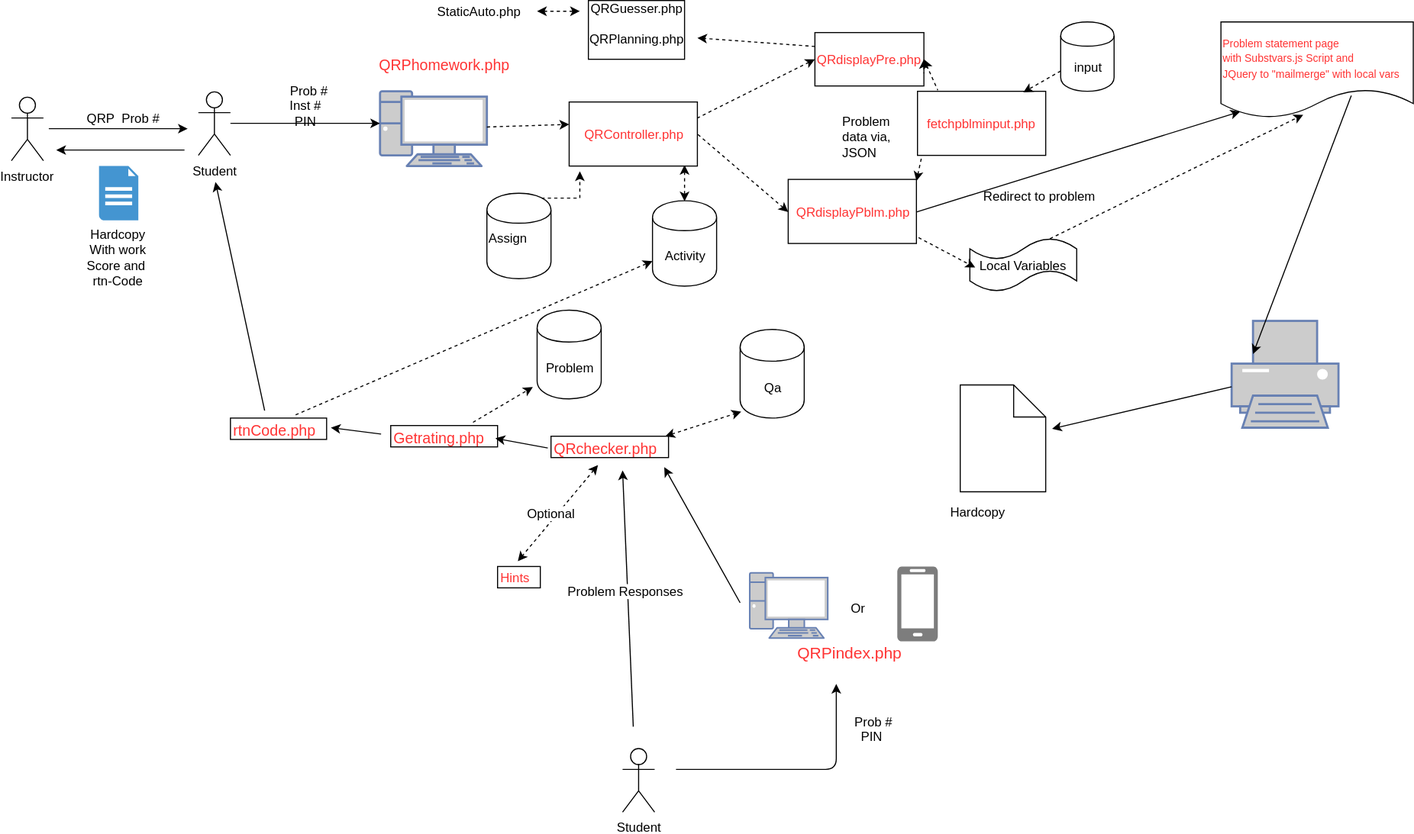
This is Documentation/QRproblem flow.svg from gwagnerj/QRP, a draw.io export, as it was before one commit. Source tidied: cells renumbered, new cells last; positions are measured from the earlier drawing's top-left corner, leaving out a move shared by most shapes.
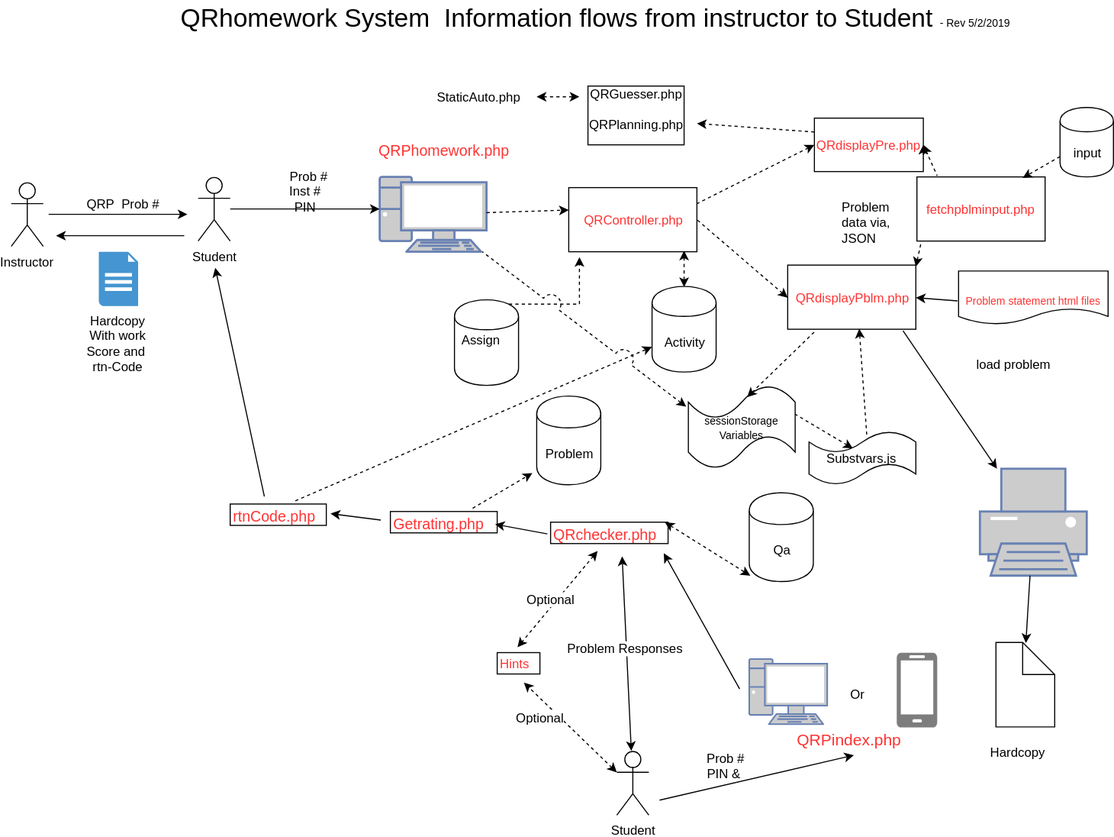
The same file after the commit.

Change to the diagram source:
```diff
@@ -35,10 +35,10 @@
       </mxGeometry>
     </mxCell>
     <mxCell id="10" style="shape=document;whiteSpace=wrap;html=1;boundedLbl=1;" parent="1" vertex="1">
-      <mxGeometry x="1132" y="20" width="180" height="90" as="geometry" />
+      <mxGeometry x="887" y="173" width="140" height="50" as="geometry" />
     </mxCell>
-    <mxCell id="11" value="&lt;font color=&quot;#ff3333&quot; style=&quot;font-size: 10px&quot;&gt;Problem statement page&lt;br&gt;with Substvars.js Script and &lt;br&gt;JQuery to &quot;mailmerge&quot; with local vars&lt;/font&gt;&lt;br&gt;" style="text;html=1;points=[];align=left;verticalAlign=top;spacingTop=-4;" parent="1" vertex="1">
-      <mxGeometry x="1132" y="30" width="180" height="50" as="geometry" />
+    <mxCell id="11" value="&lt;font color=&quot;#ff3333&quot; style=&quot;font-size: 10px&quot;&gt;Problem statement html files&amp;nbsp;&lt;br&gt;&lt;/font&gt;&lt;br&gt;" style="text;html=1;points=[];align=left;verticalAlign=top;spacingTop=-4;" parent="1" vertex="1">
+      <mxGeometry x="892" y="190.5" width="140" height="30" as="geometry" />
     </mxCell>
     <mxCell id="12" style="edgeStyle=orthogonalEdgeStyle;rounded=0;jettySize=auto;html=1;exitX=0.85;exitY=0.05;exitDx=0;exitDy=0;exitPerimeter=0;dashed=1;" parent="1" edge="1" source="13">
       <mxGeometry relative="1" as="geometry">
@@ -46,7 +46,7 @@
       </mxGeometry>
     </mxCell>
     <mxCell id="13" style="shape=cylinder;whiteSpace=wrap;html=1;boundedLbl=1;backgroundOutline=1;" parent="1" vertex="1">
-      <mxGeometry x="445" y="180.5" width="60" height="80" as="geometry" />
+      <mxGeometry x="415" y="200" width="60" height="80" as="geometry" />
     </mxCell>
     <mxCell id="14" style="endArrow=classic;html=1;dashed=1;" parent="1" edge="1" source="6">
       <mxGeometry relative="1" as="geometry">
@@ -54,28 +54,22 @@
       </mxGeometry>
     </mxCell>
     <mxCell id="15" value="Assign&lt;br&gt;" style="text;html=1;align=left;verticalAlign=top;spacingTop=-4;" parent="1" vertex="1">
-      <mxGeometry x="445" y="212.5" width="50" height="20" as="geometry" />
+      <mxGeometry x="420" y="227.5" width="50" height="20" as="geometry" />
     </mxCell>
     <mxCell id="16" value="Problem&lt;br&gt;data via,&lt;br&gt;JSON&lt;br&gt;" style="text;html=1;align=left;verticalAlign=top;spacingTop=-4;" parent="1" vertex="1">
       <mxGeometry x="775.5" y="104" width="60" height="40" as="geometry" />
     </mxCell>
-    <mxCell id="17" style="rounded=0;jettySize=auto;html=1;exitX=0.75;exitY=0;exitDx=0;exitDy=0;exitPerimeter=0;entryX=0.428;entryY=0.967;entryDx=0;entryDy=0;dashed=1;startArrow=none;startFill=0;endArrow=classic;endFill=1;entryPerimeter=0;" parent="1" edge="1" source="18" target="10">
-      <mxGeometry relative="1" as="geometry" />
-    </mxCell>
-    <mxCell id="18" value="Local Variables" style="shape=tape;whiteSpace=wrap;html=1;" parent="1" vertex="1">
-      <mxGeometry x="897" y="222.5" width="100" height="50" as="geometry" />
+    <mxCell id="18" value="&lt;font style=&quot;font-size: 10px&quot;&gt;sessionStorage Variables&lt;/font&gt;" style="shape=tape;whiteSpace=wrap;html=1;" parent="1" vertex="1">
+      <mxGeometry x="634" y="280" width="100" height="78" as="geometry" />
     </mxCell>
     <mxCell id="19" style="fontColor=#0066CC;verticalAlign=top;verticalLabelPosition=bottom;labelPosition=center;align=center;html=1;outlineConnect=0;fillColor=#CCCCCC;strokeColor=#6881B3;gradientColor=none;gradientDirection=north;strokeWidth=2;shape=mxgraph.networks.printer;" parent="1" vertex="1">
-      <mxGeometry x="1142" y="300" width="100" height="100" as="geometry" />
+      <mxGeometry x="907" y="358" width="100" height="100" as="geometry" />
     </mxCell>
-    <mxCell id="20" style="endArrow=classic;html=1;exitX=0.675;exitY=0.763;exitPerimeter=0;entryX=0.2;entryY=0.305;entryPerimeter=0;exitDx=0;exitDy=0;" parent="1" edge="1" source="10" target="19">
-      <mxGeometry relative="1" as="geometry" />
-    </mxCell>
     <mxCell id="21" value="Hardcopy" style="text;html=1;align=left;verticalAlign=top;spacingTop=-4;" parent="1" vertex="1">
-      <mxGeometry x="877" y="470" width="70" height="20" as="geometry" />
+      <mxGeometry x="914.5" y="614" width="70" height="20" as="geometry" />
     </mxCell>
     <mxCell id="22" style="shape=note;whiteSpace=wrap;html=1;backgroundOutline=1;" parent="1" vertex="1">
-      <mxGeometry x="888" y="360" width="80" height="100" as="geometry" />
+      <mxGeometry x="922" y="520.5" width="55" height="79" as="geometry" />
     </mxCell>
     <mxCell id="23" style="shadow=0;dashed=0;html=1;strokeColor=none;labelPosition=center;verticalLabelPosition=bottom;verticalAlign=top;align=center;shape=mxgraph.azure.mobile;fillColor=#7D7D7D;" parent="1" vertex="1">
       <mxGeometry x="829" y="530" width="38" height="70" as="geometry" />
@@ -89,17 +83,8 @@
     <mxCell id="26" value="&lt;font style=&quot;font-size: 15px&quot; color=&quot;#ff3333&quot;&gt;QRPindex.php&lt;/font&gt;" style="text;html=1;points=[];align=left;verticalAlign=top;spacingTop=-4;" parent="1" vertex="1">
       <mxGeometry x="734" y="600" width="110" height="20" as="geometry" />
     </mxCell>
-    <mxCell id="27" style="edgeStyle=elbowEdgeStyle;elbow=horizontal;endArrow=classic;html=1;" parent="1" edge="1">
-      <mxGeometry relative="1" as="geometry">
-        <mxPoint x="622" y="720" as="sourcePoint" />
-        <mxPoint x="772" y="640" as="targetPoint" />
-        <Array as="points">
-          <mxPoint x="772" y="760" />
-        </Array>
-      </mxGeometry>
-    </mxCell>
-    <mxCell id="28" value="&amp;nbsp;Prob #&lt;br&gt;PIN" style="text;html=1;strokeColor=none;fillColor=none;align=center;verticalAlign=middle;whiteSpace=wrap;rounded=0;" parent="1" vertex="1">
-      <mxGeometry x="782" y="670" width="47" height="23" as="geometry" />
+    <mxCell id="28" value="&amp;nbsp;Prob #&lt;br&gt;PIN &amp;amp;" style="text;html=1;strokeColor=none;fillColor=none;align=center;verticalAlign=middle;whiteSpace=wrap;rounded=0;" parent="1" vertex="1">
+      <mxGeometry x="644" y="624" width="47" height="23" as="geometry" />
     </mxCell>
     <mxCell id="29" value="&lt;font style=&quot;font-size: 14px&quot; color=&quot;#ff3333&quot;&gt;QRchecker.php&lt;/font&gt;" style="text;html=1;points=[];align=left;verticalAlign=top;spacingTop=-4;strokeColor=#000000;strokeWidth=1;" parent="1" vertex="1">
       <mxGeometry x="505" y="408" width="110" height="20" as="geometry" />
@@ -124,16 +109,14 @@
     <mxCell id="35" value="&lt;span&gt;&lt;font color=&quot;#ff3333&quot;&gt;fetchpblminput.php&lt;/font&gt;&lt;/span&gt;&lt;br&gt;" style="rounded=0;whiteSpace=wrap;html=1;" parent="1" vertex="1">
       <mxGeometry x="848" y="85" width="120" height="60" as="geometry" />
     </mxCell>
-    <mxCell id="36" style="endArrow=classic;html=1;dashed=1;exitX=1.017;exitY=0.908;exitDx=0;exitDy=0;exitPerimeter=0;" parent="1" edge="1" source="53">
-      <mxGeometry relative="1" as="geometry">
-        <mxPoint x="902" y="250" as="targetPoint" />
-      </mxGeometry>
+    <mxCell id="36" style="endArrow=none;html=1;dashed=1;exitX=0.41;exitY=0.32;exitDx=0;exitDy=0;exitPerimeter=0;startArrow=classic;startFill=1;endFill=0;entryX=1;entryY=0.35;entryDx=0;entryDy=0;entryPerimeter=0;" parent="1" edge="1" source="70" target="18">
+      <mxGeometry relative="1" as="geometry" />
     </mxCell>
-    <mxCell id="37" style="endArrow=classic;html=1;entryX=1.075;entryY=0.41;entryPerimeter=0;entryDx=0;entryDy=0;" parent="1" edge="1" source="19" target="22">
+    <mxCell id="37" style="endArrow=classic;html=1;entryX=0.5;entryY=0;entryPerimeter=0;entryDx=0;entryDy=0;" parent="1" edge="1" source="19" target="22">
       <mxGeometry relative="1" as="geometry" />
     </mxCell>
-    <mxCell id="38" value="Redirect to problem" style="text;html=1;align=left;verticalAlign=top;spacingTop=-4;" parent="1" vertex="1">
-      <mxGeometry x="908" y="174" width="120" height="20" as="geometry" />
+    <mxCell id="38" value="load problem" style="text;html=1;align=left;verticalAlign=top;spacingTop=-4;" parent="1" vertex="1">
+      <mxGeometry x="902" y="250.5" width="80" height="20" as="geometry" />
     </mxCell>
     <mxCell id="39" style="endArrow=classic;html=1;exitX=0.356;exitY=-0.35;exitDx=0;exitDy=0;exitPerimeter=0;" parent="1" edge="1" source="30">
       <mxGeometry relative="1" as="geometry">
@@ -146,9 +129,6 @@
         <mxPoint x="42" y="140" as="targetPoint" />
       </mxGeometry>
     </mxCell>
-    <mxCell id="41" value="Student" style="shape=umlActor;verticalLabelPosition=bottom;labelBackgroundColor=#ffffff;verticalAlign=top;html=1;outlineConnect=0;" parent="1" vertex="1">
-      <mxGeometry x="572" y="700" width="30" height="60" as="geometry" />
-    </mxCell>
     <mxCell id="42" style="endArrow=classic;html=1;entryX=0.964;entryY=1.45;entryPerimeter=0;entryDx=0;entryDy=0;" parent="1" edge="1" target="29">
       <mxGeometry relative="1" as="geometry">
         <mxPoint x="682" y="564" as="sourcePoint" />
@@ -159,9 +139,8 @@
         <mxPoint x="612" y="408" as="sourcePoint" />
       </mxGeometry>
     </mxCell>
-    <mxCell id="44" style="endArrow=classic;html=1;" parent="1" edge="1">
+    <mxCell id="44" style="endArrow=classic;html=1;startArrow=classic;startFill=1;" parent="1" edge="1" source="41">
       <mxGeometry relative="1" as="geometry">
-        <mxPoint x="582" y="680" as="sourcePoint" />
         <mxPoint x="572" y="440" as="targetPoint" />
       </mxGeometry>
     </mxCell>
@@ -186,7 +165,7 @@
     <mxCell id="51" style="edgeStyle=none;rounded=0;jettySize=auto;html=1;exitX=0;exitY=0.5;exitDx=0;exitDy=0;entryX=1;entryY=0.5;entryDx=0;entryDy=0;dashed=1;startArrow=classic;startFill=1;endArrow=none;endFill=0;" parent="1" edge="1" source="53" target="48">
       <mxGeometry relative="1" as="geometry" />
     </mxCell>
-    <mxCell id="52" style="rounded=0;jettySize=auto;html=1;exitX=1;exitY=0.5;exitDx=0;exitDy=0;entryX=0.1;entryY=0.933;entryDx=0;entryDy=0;entryPerimeter=0;startArrow=none;startFill=0;endArrow=classic;endFill=1;" parent="1" edge="1" source="53" target="10">
+    <mxCell id="52" style="rounded=0;jettySize=auto;html=1;exitX=1;exitY=0.5;exitDx=0;exitDy=0;startArrow=classic;startFill=1;endArrow=none;endFill=0;entryX=-0.043;entryY=0.35;entryDx=0;entryDy=0;entryPerimeter=0;" parent="1" edge="1" source="53" target="11">
       <mxGeometry relative="1" as="geometry" />
     </mxCell>
     <mxCell id="53" value="&lt;span&gt;&lt;font color=&quot;#ff3333&quot;&gt;QRdisplayPblm.php&lt;/font&gt;&lt;/span&gt;&lt;br&gt;" style="rounded=0;whiteSpace=wrap;html=1;" parent="1" vertex="1">
@@ -216,7 +195,7 @@
       <mxGeometry x="982" y="20" width="50" height="65" as="geometry" />
     </mxCell>
     <mxCell id="61" value="Qa" style="shape=cylinder;whiteSpace=wrap;html=1;boundedLbl=1;backgroundOutline=1;" parent="1" vertex="1">
-      <mxGeometry x="682" y="308" width="60" height="83" as="geometry" />
+      <mxGeometry x="691" y="380.5" width="60" height="83" as="geometry" />
     </mxCell>
     <mxCell id="62" value="&lt;font style=&quot;font-size: 14px&quot; color=&quot;#ff3333&quot;&gt;Getrating.php&lt;/font&gt;" style="text;html=1;points=[];align=left;verticalAlign=top;spacingTop=-4;strokeColor=#000000;strokeWidth=1;" parent="1" vertex="1">
       <mxGeometry x="355" y="398" width="100" height="20" as="geometry" />
@@ -244,5 +223,43 @@
         <mxPoint x="532" y="10" as="targetPoint" />
       </mxGeometry>
     </mxCell>
+    <mxCell id="70" value="Substvars.js&amp;nbsp;" style="shape=tape;whiteSpace=wrap;html=1;" parent="1" vertex="1">
+      <mxGeometry x="747" y="323" width="100" height="50" as="geometry" />
+    </mxCell>
+    <mxCell id="71" style="endArrow=none;html=1;dashed=1;exitX=0.558;exitY=0.992;exitDx=0;exitDy=0;exitPerimeter=0;startArrow=classic;startFill=1;endFill=0;entryX=0.54;entryY=0.05;entryDx=0;entryDy=0;entryPerimeter=0;" parent="1" edge="1" source="53" target="70">
+      <mxGeometry relative="1" as="geometry" />
+    </mxCell>
+    <mxCell id="72" style="endArrow=none;html=1;dashed=1;startArrow=classic;startFill=1;endFill=0;jumpStyle=arc;jumpSize=18;" parent="1" edge="1" target="6">
+      <mxGeometry relative="1" as="geometry">
+        <mxPoint x="632" y="300" as="sourcePoint" />
+      </mxGeometry>
+    </mxCell>
+    <mxCell id="73" style="endArrow=none;html=1;dashed=1;exitX=0.55;exitY=0.141;exitDx=0;exitDy=0;exitPerimeter=0;startArrow=classic;startFill=1;endFill=0;" parent="1" edge="1" source="18">
+      <mxGeometry relative="1" as="geometry">
+        <mxPoint x="752" y="230" as="targetPoint" />
+      </mxGeometry>
+    </mxCell>
+    <mxCell id="74" style="rounded=0;jettySize=auto;html=1;startArrow=classic;startFill=1;endArrow=none;endFill=0;entryX=0.9;entryY=1.025;entryDx=0;entryDy=0;entryPerimeter=0;" parent="1" edge="1" source="19" target="53">
+      <mxGeometry relative="1" as="geometry" />
+    </mxCell>
+    <mxCell id="75" value="&lt;font style=&quot;font-size: 24px&quot;&gt;&lt;font&gt;QRhomework System&amp;nbsp; Information flows from instructor to Student&lt;/font&gt;&lt;font&gt; &lt;/font&gt;&lt;/font&gt;&lt;font style=&quot;font-size: 10px&quot;&gt;- Rev 5/2/2019&lt;/font&gt;" style="text;html=1;align=left;verticalAlign=top;spacingTop=-4;" parent="1" vertex="1">
+      <mxGeometry x="157" y="-80" width="790" height="20" as="geometry" />
+    </mxCell>
+    <mxCell id="41" value="Student" style="shape=umlActor;verticalLabelPosition=bottom;labelBackgroundColor=#ffffff;verticalAlign=top;html=1;outlineConnect=0;" parent="1" vertex="1">
+      <mxGeometry x="567" y="622" width="30" height="60" as="geometry" />
+    </mxCell>
+    <mxCell id="76" style="endArrow=classic;html=1;entryX=0.5;entryY=1.3;entryDx=0;entryDy=0;entryPerimeter=0;" parent="1" edge="1" target="26">
+      <mxGeometry relative="1" as="geometry">
+        <mxPoint x="607" y="668" as="sourcePoint" />
+      </mxGeometry>
+    </mxCell>
+    <mxCell id="77" style="endArrow=classic;startArrow=classic;html=1;exitX=0;exitY=0.3333333333333333;exitPerimeter=0;dashed=1;entryX=0.625;entryY=1.4;entryDx=0;entryDy=0;entryPerimeter=0;exitDx=0;exitDy=0;" parent="1" edge="1" source="41" target="31">
+      <mxGeometry relative="1" as="geometry" />
+    </mxCell>
+    <mxCell id="78" value="Optional" style="text;html=1;align=center;verticalAlign=middle;labelBackgroundColor=#ffffff;" parent="77" vertex="1">
+      <mxGeometry x="0.12" y="14" relative="1" as="geometry">
+        <mxPoint x="-13" y="-14" as="offset" />
+      </mxGeometry>
+    </mxCell>
   </root>
 </mxGraphModel>
```
